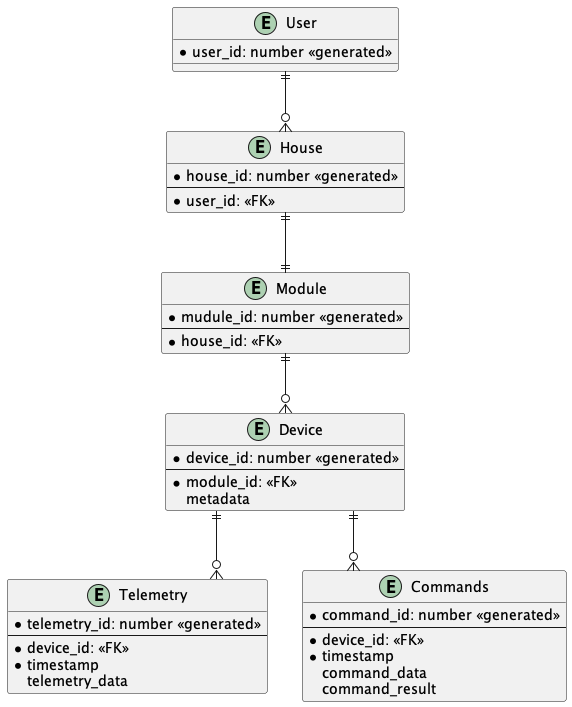
Above: diagrams/png/ER.png in DevOranges/architecture-sprint-3 (PlantUML), before the change. The source it was exported from:
```plantuml
@startuml

skinparam linetype ortho

entity User {
    * user_id: number <<generated>>
}
entity House{
    * house_id: number <<generated>>
    --
    * user_id: <<FK>>
}
entity Module{
    * mudule_id: number <<generated>>
    --
    * house_id: <<FK>>
}
entity Device {
    * device_id: number <<generated>>
    --
    * module_id: <<FK>>
    metadata
}
entity Telemetry {
    * telemetry_id: number <<generated>>
    --
    * device_id: <<FK>>
    * timestamp
    telemetry_data
}
entity Commands {
    * command_id: number <<generated>>
    --
    * device_id: <<FK>>
    * timestamp
    command_data
    command_result
}

Module ||--o{ Device
Device ||--o{ Telemetry
Device ||--o{ Commands
House ||--|| Module
User ||--o{ House

@enduml
```
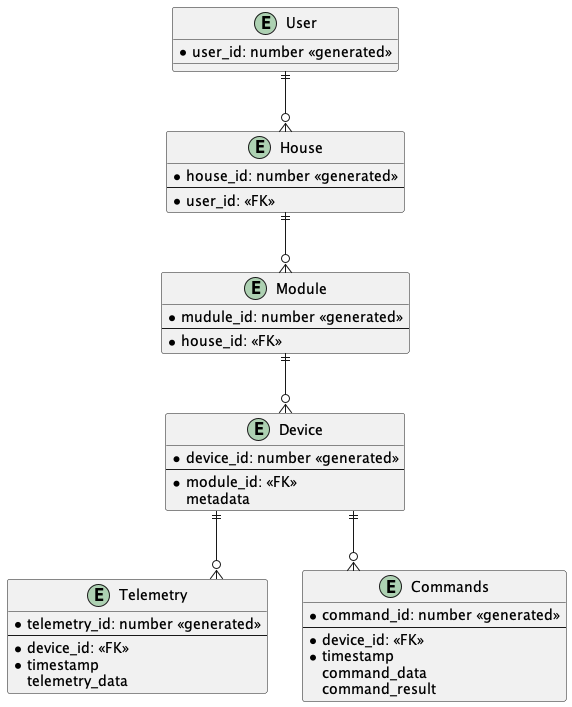
After the change.

Commit message:
Upd relation home - module, add relation at context diagram, add monolith domain diagram

What changed in the source:
```diff
@@ -40,7 +40,7 @@
 Module ||--o{ Device
 Device ||--o{ Telemetry
 Device ||--o{ Commands
-House ||--|| Module
+House ||--o{ Module
 User ||--o{ House
 
 @enduml
```
